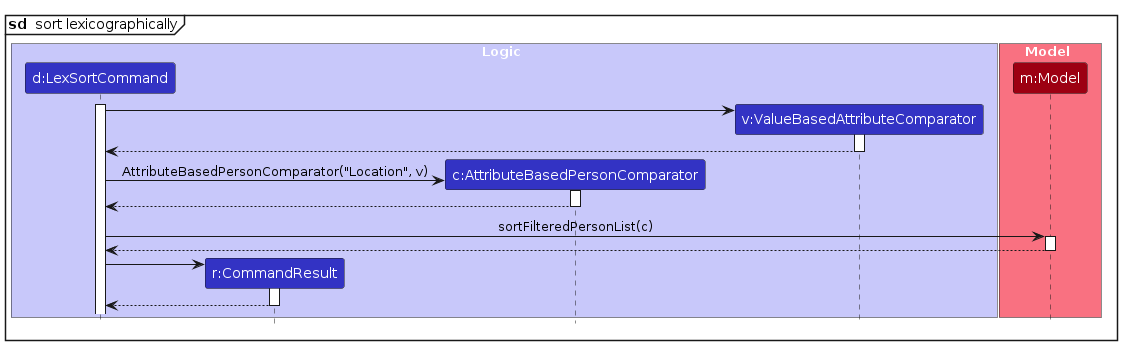
AY2425S2-CS2103T-T10-1/tp keeps this PlantUML diagram as diagrams/LexSortSequenceDiagram2.png. Above is the earlier version. Its source is kept beside it as diagrams/LexSortSequenceDiagram2.puml. The source it was exported from:
```plantuml
@startuml
!include style.puml
skinparam ArrowFontStyle plain

mainframe **sd**  sort lexicographically

box Logic LOGIC_COLOR_T1
participant "d:LexSortCommand" as LexSortCommand LOGIC_COLOR
participant "r:CommandResult" as CommandResult LOGIC_COLOR
participant "c:AttributeBasedPersonComparator" as AttributeBasedPersonComparator LOGIC_COLOR
participant "v:ValueBasedAttributeComparator" as ValueBasedAttributeComparator LOGIC_COLOR
end box

box Model MODEL_COLOR_T1
participant "m:Model" as Model MODEL_COLOR
end box

activate LexSortCommand

create ValueBasedAttributeComparator
LexSortCommand -> ValueBasedAttributeComparator
activate ValueBasedAttributeComparator

ValueBasedAttributeComparator --> LexSortCommand
deactivate ValueBasedAttributeComparator

create AttributeBasedPersonComparator
LexSortCommand -> AttributeBasedPersonComparator: AttributeBasedPersonComparator("Location", v)
activate AttributeBasedPersonComparator

AttributeBasedPersonComparator --> LexSortCommand
deactivate AttributeBasedPersonComparator

LexSortCommand -> Model : sortFilteredPersonList(c)
activate Model

Model --> LexSortCommand
deactivate Model

create CommandResult
LexSortCommand -> CommandResult
activate CommandResult

CommandResult --> LexSortCommand
deactivate CommandResult

@enduml
```
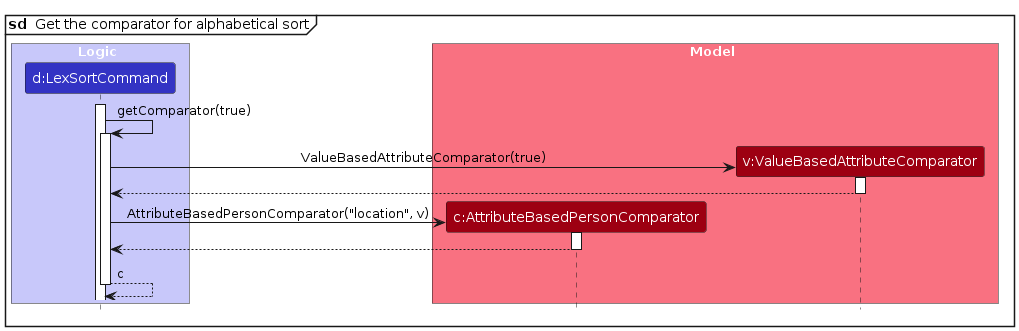
The same diagram one commit later.

Change to the diagram source:
```diff
@@ -2,46 +2,34 @@
 !include style.puml
 skinparam ArrowFontStyle plain
 
-mainframe **sd**  sort lexicographically
+mainframe **sd**  Get the comparator for alphabetical sort
 
 box Logic LOGIC_COLOR_T1
 participant "d:LexSortCommand" as LexSortCommand LOGIC_COLOR
-participant "r:CommandResult" as CommandResult LOGIC_COLOR
-participant "c:AttributeBasedPersonComparator" as AttributeBasedPersonComparator LOGIC_COLOR
-participant "v:ValueBasedAttributeComparator" as ValueBasedAttributeComparator LOGIC_COLOR
 end box
 
 box Model MODEL_COLOR_T1
-participant "m:Model" as Model MODEL_COLOR
+participant "c:AttributeBasedPersonComparator" as AttributeBasedPersonComparator MODEL_COLOR
+participant "v:ValueBasedAttributeComparator" as ValueBasedAttributeComparator MODEL_COLOR
 end box
 
 activate LexSortCommand
+LexSortCommand -> LexSortCommand ++ : getComparator(true)
 
 create ValueBasedAttributeComparator
-LexSortCommand -> ValueBasedAttributeComparator
+LexSortCommand -> ValueBasedAttributeComparator : ValueBasedAttributeComparator(true)
 activate ValueBasedAttributeComparator
 
 ValueBasedAttributeComparator --> LexSortCommand
 deactivate ValueBasedAttributeComparator
 
 create AttributeBasedPersonComparator
-LexSortCommand -> AttributeBasedPersonComparator: AttributeBasedPersonComparator("Location", v)
+LexSortCommand -> AttributeBasedPersonComparator: AttributeBasedPersonComparator("location", v)
 activate AttributeBasedPersonComparator
 
 AttributeBasedPersonComparator --> LexSortCommand
 deactivate AttributeBasedPersonComparator
 
-LexSortCommand -> Model : sortFilteredPersonList(c)
-activate Model
-
-Model --> LexSortCommand
-deactivate Model
-
-create CommandResult
-LexSortCommand -> CommandResult
-activate CommandResult
-
-CommandResult --> LexSortCommand
-deactivate CommandResult
+return c
 
 @enduml
```
